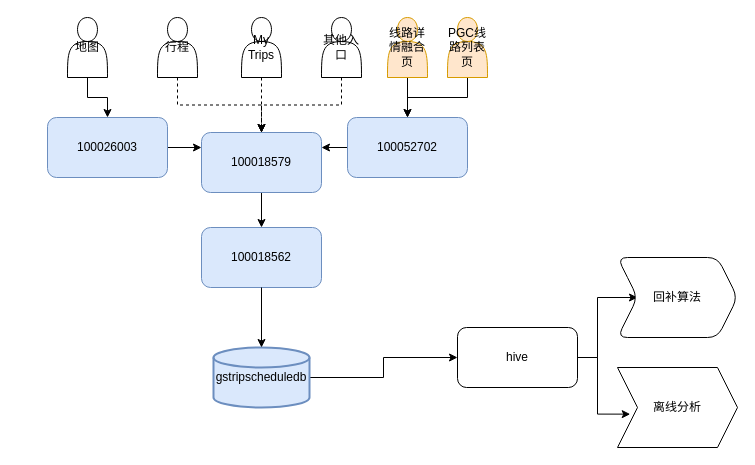
Above: page "ugc架构体系图" (2 of 3) of 线路数据流.drawio in tsafo/demo (draw.io), before the change. Source tidied: cells renumbered, new cells numbered last; positions are measured from the earlier drawing's top-left corner, leaving out a move shared by most shapes. Both pictures are drawn from the tidied source at 100%, with x=0, y=0 at pixel (47, 17).
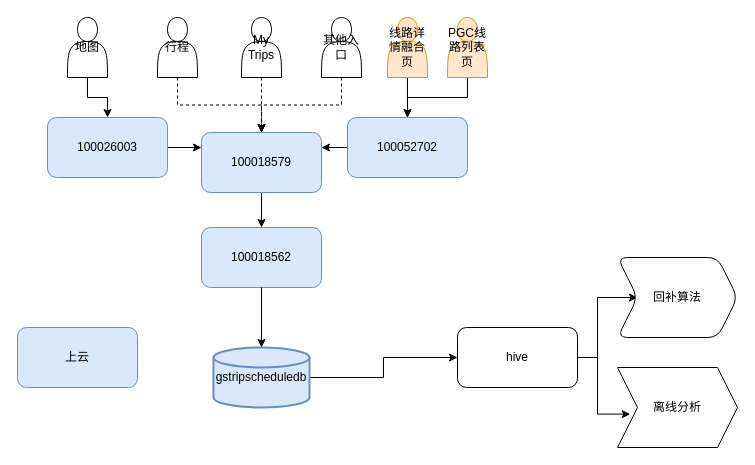
Above is the later version.

Diff of the diagram source:
```diff
@@
+    <mxCell id="29" value="上云" style="rounded=1;whiteSpace=wrap;html=1;fillColor=#dae8fc;strokeColor=#6c8ebf;" parent="1" vertex="1">
+      <mxGeometry x="-30" y="310" width="120" height="60" as="geometry" />
+    </mxCell>
```
